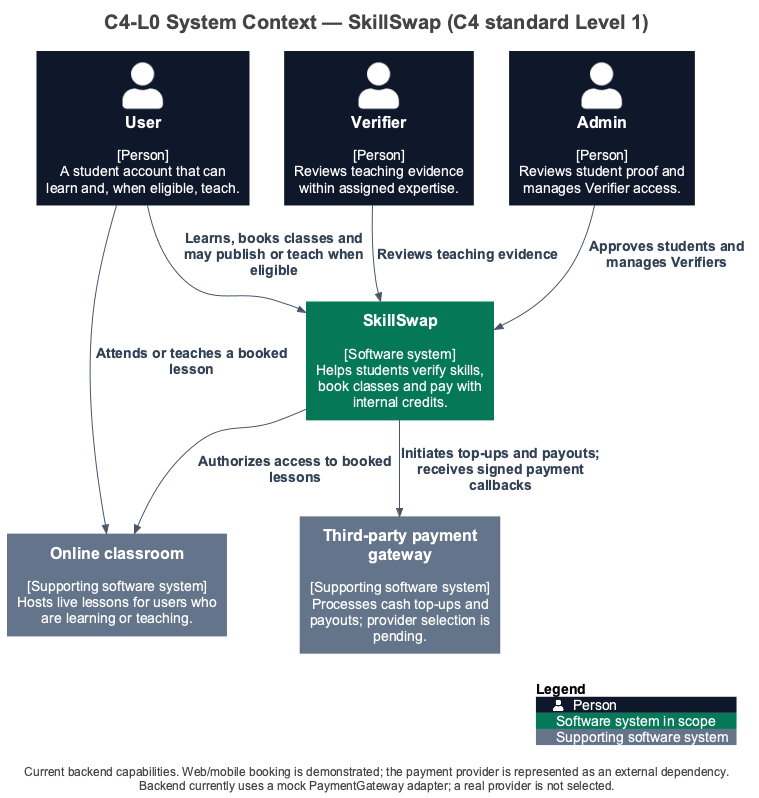
Above: docs/diagrams/c4/generated/structurizr-SystemContext.png in trankien022/SkillSwap (PlantUML), before the change.
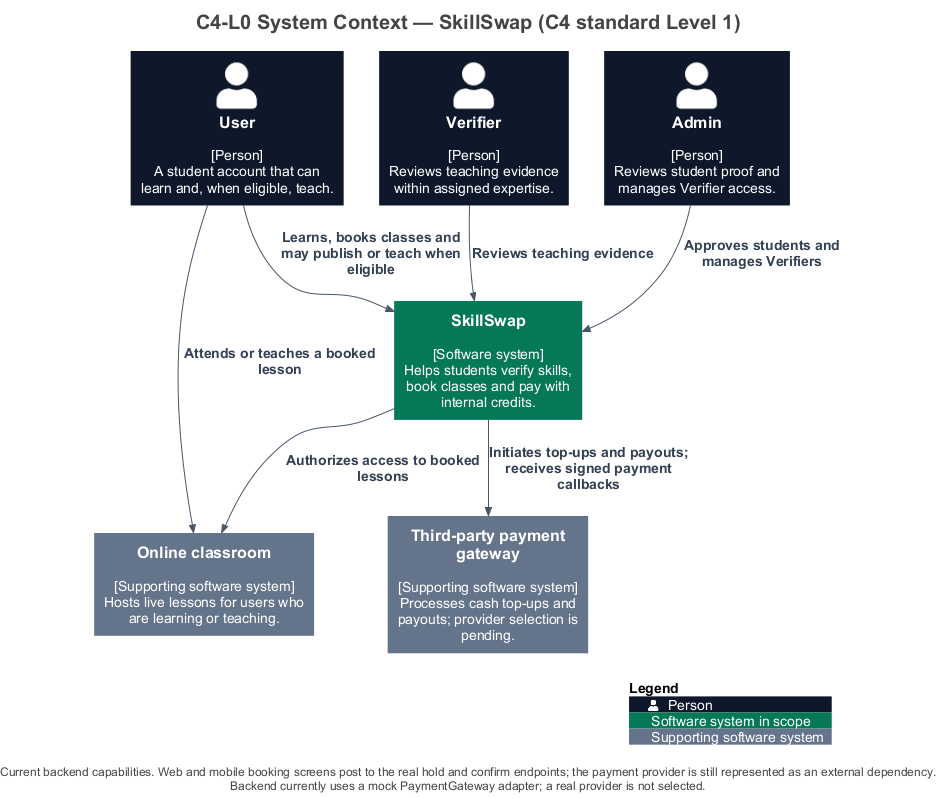
After the change.

The edit, as a diff of the source:
```diff
@@ -26,7 +26,6 @@
 UpdateElementStyle("external_system", $bgColor="#64748B", $fontColor="#FFFFFF", $borderColor="#64748B", $legendText="Supporting software system")
 UpdateElementStyle("container", $bgColor="#047857", $fontColor="#FFFFFF", $borderColor="#047857", $legendText="Application or data store")
 UpdateRelStyle($lineColor="#475569", $textColor="#334155")
-AddElementTag("Demo", $bgColor="#F1F5F9", $fontColor="#0F172A", $borderColor="#64748B", $legendText="Demonstration client (local booking data)")
 
 together {
   Person(User, "User", $descr="[Person]\nA student account that can learn and, when eligible, teach.", $tags="", $link="")
@@ -46,5 +45,5 @@
 Rel(SkillSwap, Paymentgateway, "Initiates top-ups and payouts; receives signed payment callbacks")
 
 SHOW_LEGEND()
-footer Current backend capabilities. Web/mobile booking is demonstrated; the payment provider is represented as an external dependency.\nBackend currently uses a mock PaymentGateway adapter; a real provider is not selected.
+footer Current backend capabilities. Web and mobile booking screens post to the real hold and confirm endpoints; the payment provider is still represented as an external dependency.\nBackend currently uses a mock PaymentGateway adapter; a real provider is not selected.
 @enduml
```
